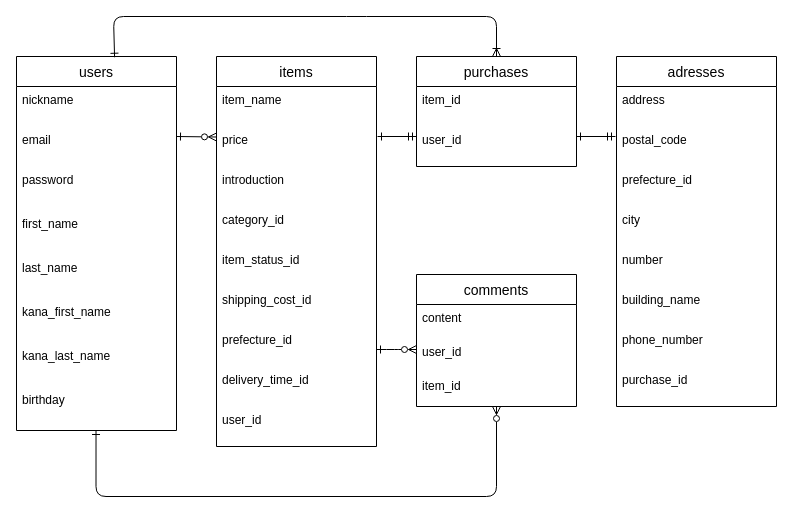
paqpac/furima-37273 keeps this draw.io diagram as ER_Map.dio. Above is the earlier version. Source tidied: cells renumbered, new cells numbered last; positions are measured from the earlier drawing's top-left corner, leaving out a move shared by most shapes. Both pictures are drawn from the tidied source at 100%, with x=0, y=0 at pixel (16, 16).
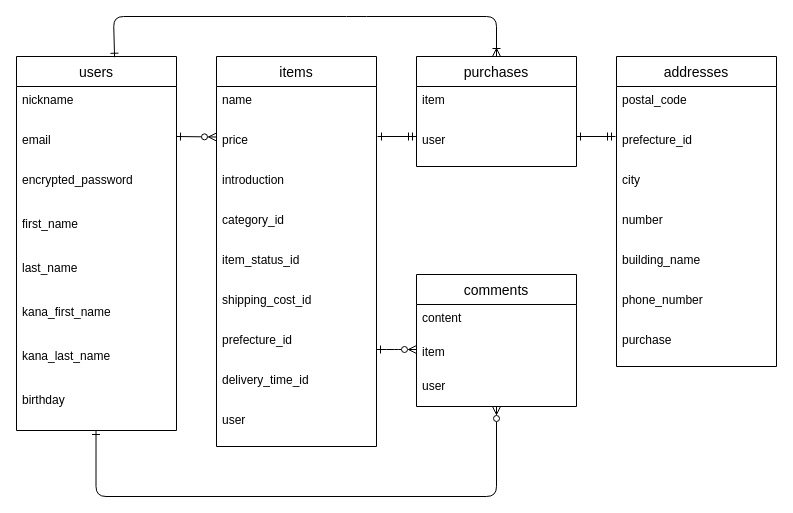
The same diagram, later.

Unchanged cells that the change refers to:
```xml
<mxCell id="2" value="users" style="swimlane;fontStyle=0;horizontal=1;startSize=30;align=center;fontSize=14;" parent="1" vertex="1">
  <mxGeometry y="40" width="160" height="374" as="geometry" />
</mxCell>
<mxCell id="11" value="items" style="swimlane;fontStyle=0;horizontal=1;startSize=30;align=center;fontSize=14;" parent="1" vertex="1">
  <mxGeometry x="200" y="40" width="160" height="390" as="geometry" />
</mxCell>
<mxCell id="21" value="purchases" style="swimlane;fontStyle=0;horizontal=1;startSize=30;align=center;fontSize=14;" parent="1" vertex="1">
  <mxGeometry x="400" y="40" width="160" height="110" as="geometry" />
</mxCell>
<mxCell id="38" value="comments" style="swimlane;fontStyle=0;horizontal=1;startSize=30;align=center;fontSize=14;" parent="1" vertex="1">
  <mxGeometry x="400" y="258" width="160" height="132" as="geometry" />
</mxCell>
```

Diff of the diagram source:
```diff
@@
-    <mxCell id="5" value="password" style="text;strokeColor=none;fillColor=none;spacingLeft=4;spacingRight=4;overflow=hidden;fontSize=12;" parent="2" vertex="1">
+    <mxCell id="5" value="encrypted_password" style="text;strokeColor=none;fillColor=none;spacingLeft=4;spacingRight=4;overflow=hidden;fontSize=12;" parent="2" vertex="1">
       <mxGeometry y="110" width="160" height="44" as="geometry" />
     </mxCell>
@@
-    <mxCell id="12" value="item_name" style="text;strokeColor=none;fillColor=none;spacingLeft=4;spacingRight=4;overflow=hidden;fontSize=12;" parent="11" vertex="1">
+    <mxCell id="12" value="name" style="text;strokeColor=none;fillColor=none;spacingLeft=4;spacingRight=4;overflow=hidden;fontSize=12;" parent="11" vertex="1">
       <mxGeometry y="30" width="160" height="40" as="geometry" />
     </mxCell>
@@
-    <mxCell id="20" value="user_id" style="text;strokeColor=none;fillColor=none;spacingLeft=4;spacingRight=4;overflow=hidden;fontSize=12;" parent="11" vertex="1">
+    <mxCell id="20" value="user" style="text;strokeColor=none;fillColor=none;spacingLeft=4;spacingRight=4;overflow=hidden;fontSize=12;" parent="11" vertex="1">
       <mxGeometry y="350" width="160" height="40" as="geometry" />
     </mxCell>
@@
-    <mxCell id="22" value="item_id" style="text;strokeColor=none;fillColor=none;spacingLeft=4;spacingRight=4;overflow=hidden;fontSize=12;" parent="21" vertex="1">
+    <mxCell id="22" value="item" style="text;strokeColor=none;fillColor=none;spacingLeft=4;spacingRight=4;overflow=hidden;fontSize=12;" parent="21" vertex="1">
       <mxGeometry y="30" width="160" height="40" as="geometry" />
     </mxCell>
-    <mxCell id="23" value="user_id" style="text;strokeColor=none;fillColor=none;spacingLeft=4;spacingRight=4;overflow=hidden;fontSize=12;" parent="21" vertex="1">
+    <mxCell id="23" value="user" style="text;strokeColor=none;fillColor=none;spacingLeft=4;spacingRight=4;overflow=hidden;fontSize=12;" parent="21" vertex="1">
       <mxGeometry y="70" width="160" height="40" as="geometry" />
     </mxCell>
@@
-    <mxCell id="26" value="adresses" style="swimlane;fontStyle=0;horizontal=1;startSize=30;align=center;fontSize=14;" parent="1" vertex="1">
-      <mxGeometry x="600" y="40" width="160" height="350" as="geometry" />
+    <mxCell id="26" value="addresses" style="swimlane;fontStyle=0;horizontal=1;startSize=30;align=center;fontSize=14;" parent="1" vertex="1">
+      <mxGeometry x="600" y="40" width="160" height="310" as="geometry" />
     </mxCell>
-    <mxCell id="27" value="address" style="text;strokeColor=none;fillColor=none;spacingLeft=4;spacingRight=4;overflow=hidden;fontSize=12;" parent="26" vertex="1">
-      <mxGeometry y="30" width="160" height="40" as="geometry" />
-    </mxCell>
     <mxCell id="28" value="postal_code" style="text;strokeColor=none;fillColor=none;spacingLeft=4;spacingRight=4;overflow=hidden;fontSize=12;" parent="26" vertex="1">
-      <mxGeometry y="70" width="160" height="40" as="geometry" />
+      <mxGeometry y="30" width="160" height="40" as="geometry" />
     </mxCell>
     <mxCell id="29" value="prefecture_id" style="text;strokeColor=none;fillColor=none;spacingLeft=4;spacingRight=4;overflow=hidden;fontSize=12;" parent="26" vertex="1">
-      <mxGeometry y="110" width="160" height="40" as="geometry" />
+      <mxGeometry y="70" width="160" height="40" as="geometry" />
     </mxCell>
     <mxCell id="30" value="city" style="text;strokeColor=none;fillColor=none;spacingLeft=4;spacingRight=4;overflow=hidden;fontSize=12;" parent="26" vertex="1">
-      <mxGeometry y="150" width="160" height="40" as="geometry" />
+      <mxGeometry y="110" width="160" height="40" as="geometry" />
     </mxCell>
     <mxCell id="31" value="number" style="text;strokeColor=none;fillColor=none;spacingLeft=4;spacingRight=4;overflow=hidden;fontSize=12;" parent="26" vertex="1">
-      <mxGeometry y="190" width="160" height="40" as="geometry" />
+      <mxGeometry y="150" width="160" height="40" as="geometry" />
     </mxCell>
     <mxCell id="32" value="building_name" style="text;strokeColor=none;fillColor=none;spacingLeft=4;spacingRight=4;overflow=hidden;fontSize=12;" parent="26" vertex="1">
-      <mxGeometry y="230" width="160" height="40" as="geometry" />
+      <mxGeometry y="190" width="160" height="40" as="geometry" />
     </mxCell>
     <mxCell id="33" value="phone_number" style="text;strokeColor=none;fillColor=none;spacingLeft=4;spacingRight=4;overflow=hidden;fontSize=12;" parent="26" vertex="1">
-      <mxGeometry y="270" width="160" height="40" as="geometry" />
+      <mxGeometry y="230" width="160" height="40" as="geometry" />
     </mxCell>
-    <mxCell id="34" value="purchase_id" style="text;strokeColor=none;fillColor=none;spacingLeft=4;spacingRight=4;overflow=hidden;fontSize=12;" parent="26" vertex="1">
-      <mxGeometry y="310" width="160" height="40" as="geometry" />
+    <mxCell id="34" value="purchase" style="text;strokeColor=none;fillColor=none;spacingLeft=4;spacingRight=4;overflow=hidden;fontSize=12;" parent="26" vertex="1">
+      <mxGeometry y="270" width="160" height="40" as="geometry" />
     </mxCell>
@@
-    <mxCell id="40" value="user_id" style="text;strokeColor=none;fillColor=none;spacingLeft=4;spacingRight=4;overflow=hidden;fontSize=12;" parent="38" vertex="1">
+    <mxCell id="40" value="item" style="text;strokeColor=none;fillColor=none;spacingLeft=4;spacingRight=4;overflow=hidden;fontSize=12;" parent="38" vertex="1">
       <mxGeometry y="64" width="160" height="34" as="geometry" />
     </mxCell>
-    <mxCell id="41" value="item_id" style="text;strokeColor=none;fillColor=none;spacingLeft=4;spacingRight=4;overflow=hidden;points=[[0,0.5],[1,0.5]];portConstraint=eastwest;fontSize=12;" parent="38" vertex="1">
+    <mxCell id="41" value="user" style="text;strokeColor=none;fillColor=none;spacingLeft=4;spacingRight=4;overflow=hidden;points=[[0,0.5],[1,0.5]];portConstraint=eastwest;fontSize=12;" parent="38" vertex="1">
       <mxGeometry y="98" width="160" height="34" as="geometry" />
     </mxCell>
```
